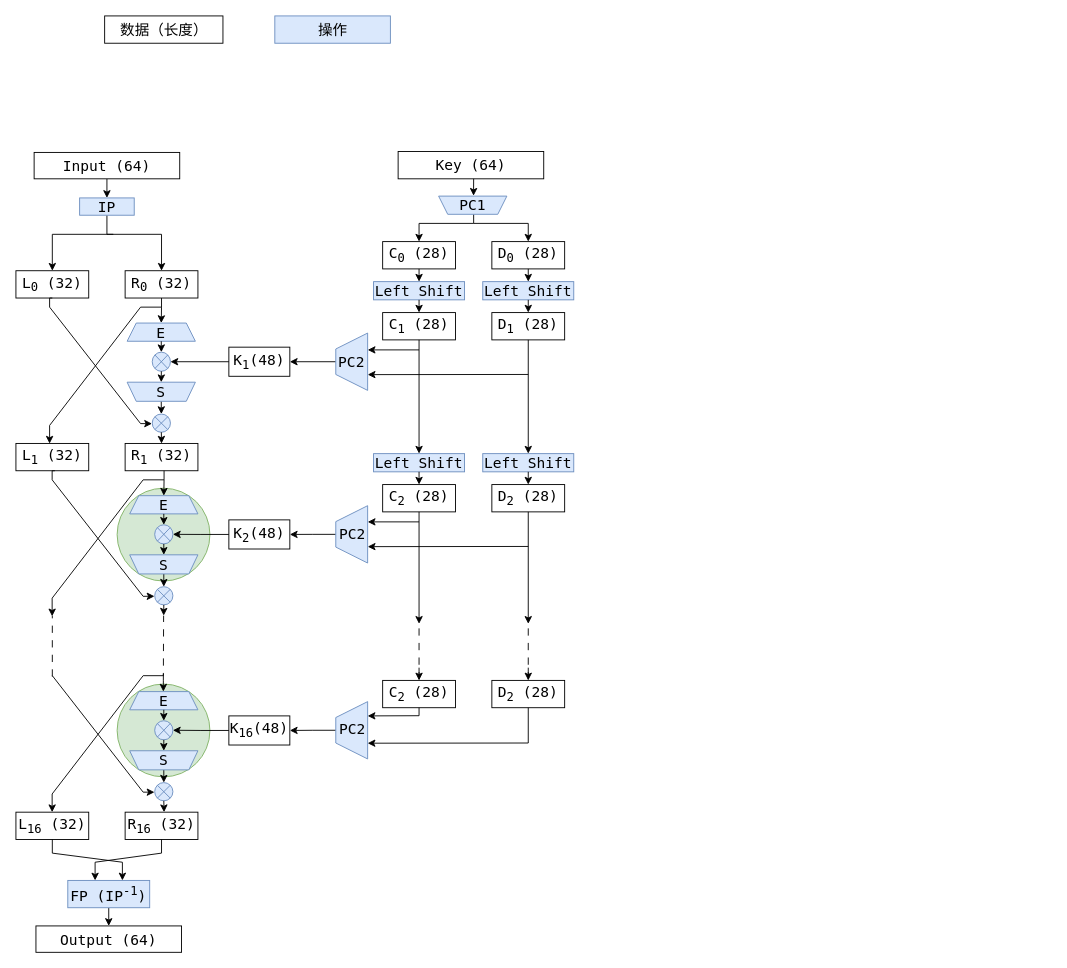
Above: DES.drawio in nnxfb/diagrams (draw.io), before the change. Source tidied: cells renumbered, new cells numbered last; positions are measured from the earlier drawing's top-left corner, leaving out a move shared by most shapes. Both pictures are drawn from the tidied source at 91%, with x=0, y=0 at pixel (15, 15).
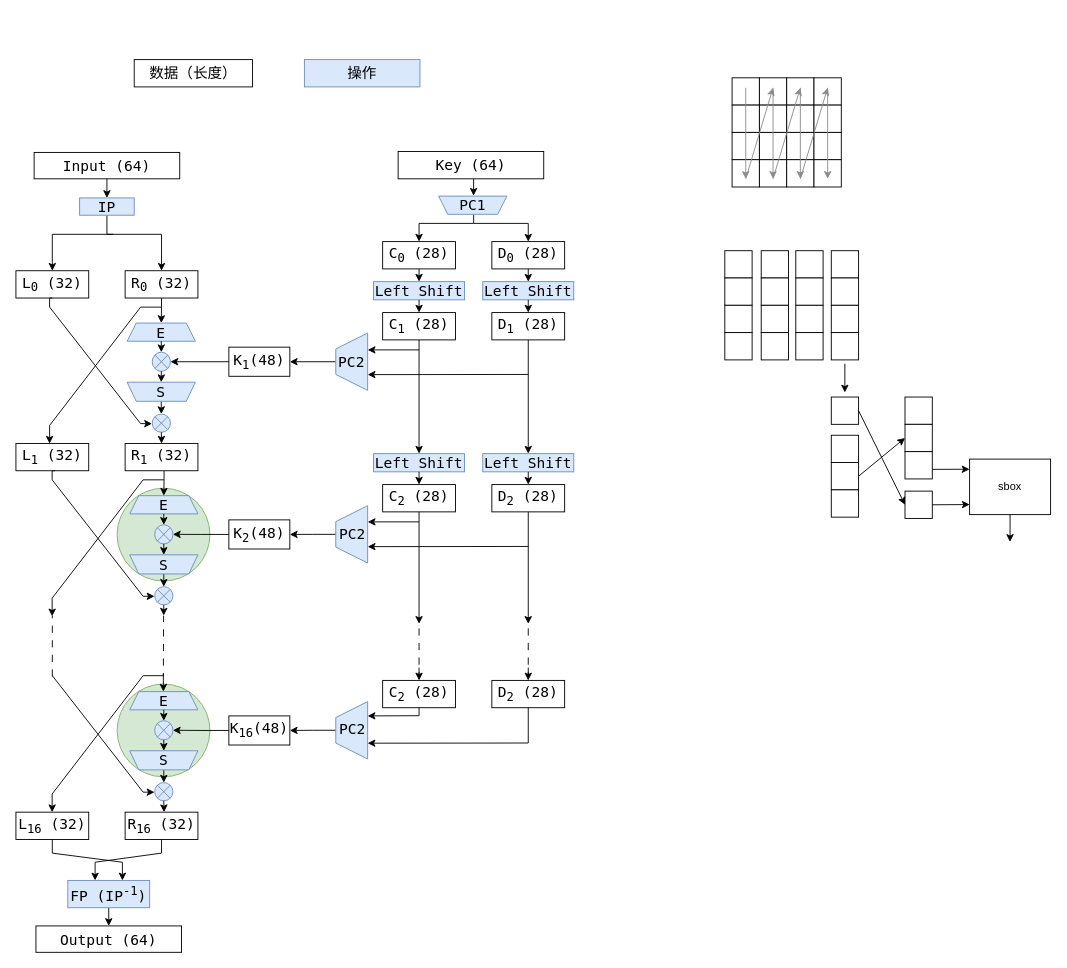
Above is the later version.

What changed in the source:
```diff
@@
     <mxCell id="102" value="&lt;span style=&quot;font-size: 16px;&quot;&gt;数据（长度）&lt;/span&gt;" style="rounded=0;whiteSpace=wrap;html=1;fontFamily=Source Code Pro, DejaVu Sans Mono, Ubuntu Mono, Anonymous Pro, Droid Sans Mono, Menlo, Monaco, Consolas, Inconsolata, Courier, monospace, PingFang SC, Microsoft YaHei, sans-serif;" parent="1" vertex="1">
-      <mxGeometry x="97.5" width="130" height="30" as="geometry" />
+      <mxGeometry x="130" y="48" width="130" height="30" as="geometry" />
     </mxCell>
     <mxCell id="103" value="&lt;font style=&quot;font-size: 16px;&quot;&gt;操作&lt;/font&gt;" style="rounded=0;whiteSpace=wrap;html=1;textShadow=0;fillColor=#dae8fc;strokeColor=#6c8ebf;fontFamily=Source Code Pro, DejaVu Sans Mono, Ubuntu Mono, Anonymous Pro, Droid Sans Mono, Menlo, Monaco, Consolas, Inconsolata, Courier, monospace, PingFang SC, Microsoft YaHei, sans-serif;" parent="1" vertex="1">
-      <mxGeometry x="284.5" width="127" height="30" as="geometry" />
+      <mxGeometry x="317" y="48" width="127" height="30" as="geometry" />
     </mxCell>
@@
+    <mxCell id="113" style="rounded=0;whiteSpace=wrap;html=1;fontFamily=Source Code Pro, DejaVu Sans Mono, Ubuntu Mono, Anonymous Pro, Droid Sans Mono, Menlo, Monaco, Consolas, Inconsolata, Courier, monospace, PingFang SC, Microsoft YaHei, sans-serif;" parent="1" vertex="1">
+      <mxGeometry x="787" y="68" width="30" height="30" as="geometry" />
+    </mxCell>
+    <mxCell id="114" style="rounded=0;whiteSpace=wrap;html=1;fontFamily=Source Code Pro, DejaVu Sans Mono, Ubuntu Mono, Anonymous Pro, Droid Sans Mono, Menlo, Monaco, Consolas, Inconsolata, Courier, monospace, PingFang SC, Microsoft YaHei, sans-serif;" parent="1" vertex="1">
+      <mxGeometry x="787" y="98" width="30" height="30" as="geometry" />
+    </mxCell>
+    <mxCell id="115" style="rounded=0;whiteSpace=wrap;html=1;fontFamily=Source Code Pro, DejaVu Sans Mono, Ubuntu Mono, Anonymous Pro, Droid Sans Mono, Menlo, Monaco, Consolas, Inconsolata, Courier, monospace, PingFang SC, Microsoft YaHei, sans-serif;" parent="1" vertex="1">
+      <mxGeometry x="787" y="128" width="30" height="30" as="geometry" />
+    </mxCell>
+    <mxCell id="116" style="rounded=0;whiteSpace=wrap;html=1;fontFamily=Source Code Pro, DejaVu Sans Mono, Ubuntu Mono, Anonymous Pro, Droid Sans Mono, Menlo, Monaco, Consolas, Inconsolata, Courier, monospace, PingFang SC, Microsoft YaHei, sans-serif;" parent="1" vertex="1">
+      <mxGeometry x="787" y="158" width="30" height="30" as="geometry" />
+    </mxCell>
+    <mxCell id="117" style="rounded=0;whiteSpace=wrap;html=1;fontFamily=Source Code Pro, DejaVu Sans Mono, Ubuntu Mono, Anonymous Pro, Droid Sans Mono, Menlo, Monaco, Consolas, Inconsolata, Courier, monospace, PingFang SC, Microsoft YaHei, sans-serif;" parent="1" vertex="1">
+      <mxGeometry x="817" y="68" width="30" height="30" as="geometry" />
+    </mxCell>
+    <mxCell id="118" style="rounded=0;whiteSpace=wrap;html=1;fontFamily=Source Code Pro, DejaVu Sans Mono, Ubuntu Mono, Anonymous Pro, Droid Sans Mono, Menlo, Monaco, Consolas, Inconsolata, Courier, monospace, PingFang SC, Microsoft YaHei, sans-serif;" parent="1" vertex="1">
+      <mxGeometry x="817" y="98" width="30" height="30" as="geometry" />
+    </mxCell>
+    <mxCell id="119" style="rounded=0;whiteSpace=wrap;html=1;fontFamily=Source Code Pro, DejaVu Sans Mono, Ubuntu Mono, Anonymous Pro, Droid Sans Mono, Menlo, Monaco, Consolas, Inconsolata, Courier, monospace, PingFang SC, Microsoft YaHei, sans-serif;" parent="1" vertex="1">
+      <mxGeometry x="817" y="128" width="30" height="30" as="geometry" />
+    </mxCell>
+    <mxCell id="120" style="rounded=0;whiteSpace=wrap;html=1;fontFamily=Source Code Pro, DejaVu Sans Mono, Ubuntu Mono, Anonymous Pro, Droid Sans Mono, Menlo, Monaco, Consolas, Inconsolata, Courier, monospace, PingFang SC, Microsoft YaHei, sans-serif;" parent="1" vertex="1">
+      <mxGeometry x="817" y="158" width="30" height="30" as="geometry" />
+    </mxCell>
+    <mxCell id="121" style="rounded=0;whiteSpace=wrap;html=1;fontFamily=Source Code Pro, DejaVu Sans Mono, Ubuntu Mono, Anonymous Pro, Droid Sans Mono, Menlo, Monaco, Consolas, Inconsolata, Courier, monospace, PingFang SC, Microsoft YaHei, sans-serif;" parent="1" vertex="1">
+      <mxGeometry x="847" y="68" width="30" height="30" as="geometry" />
+    </mxCell>
+    <mxCell id="122" style="rounded=0;whiteSpace=wrap;html=1;fontFamily=Source Code Pro, DejaVu Sans Mono, Ubuntu Mono, Anonymous Pro, Droid Sans Mono, Menlo, Monaco, Consolas, Inconsolata, Courier, monospace, PingFang SC, Microsoft YaHei, sans-serif;" parent="1" vertex="1">
+      <mxGeometry x="847" y="98" width="30" height="30" as="geometry" />
+    </mxCell>
+    <mxCell id="123" style="rounded=0;whiteSpace=wrap;html=1;fontFamily=Source Code Pro, DejaVu Sans Mono, Ubuntu Mono, Anonymous Pro, Droid Sans Mono, Menlo, Monaco, Consolas, Inconsolata, Courier, monospace, PingFang SC, Microsoft YaHei, sans-serif;" parent="1" vertex="1">
+      <mxGeometry x="847" y="128" width="30" height="30" as="geometry" />
+    </mxCell>
+    <mxCell id="124" style="rounded=0;whiteSpace=wrap;html=1;fontFamily=Source Code Pro, DejaVu Sans Mono, Ubuntu Mono, Anonymous Pro, Droid Sans Mono, Menlo, Monaco, Consolas, Inconsolata, Courier, monospace, PingFang SC, Microsoft YaHei, sans-serif;" parent="1" vertex="1">
+      <mxGeometry x="847" y="158" width="30" height="30" as="geometry" />
+    </mxCell>
+    <mxCell id="125" style="rounded=0;whiteSpace=wrap;html=1;fontFamily=Source Code Pro, DejaVu Sans Mono, Ubuntu Mono, Anonymous Pro, Droid Sans Mono, Menlo, Monaco, Consolas, Inconsolata, Courier, monospace, PingFang SC, Microsoft YaHei, sans-serif;" parent="1" vertex="1">
+      <mxGeometry x="877" y="68" width="30" height="30" as="geometry" />
+    </mxCell>
+    <mxCell id="126" style="rounded=0;whiteSpace=wrap;html=1;fontFamily=Source Code Pro, DejaVu Sans Mono, Ubuntu Mono, Anonymous Pro, Droid Sans Mono, Menlo, Monaco, Consolas, Inconsolata, Courier, monospace, PingFang SC, Microsoft YaHei, sans-serif;" parent="1" vertex="1">
+      <mxGeometry x="877" y="98" width="30" height="30" as="geometry" />
+    </mxCell>
+    <mxCell id="127" style="rounded=0;whiteSpace=wrap;html=1;fontFamily=Source Code Pro, DejaVu Sans Mono, Ubuntu Mono, Anonymous Pro, Droid Sans Mono, Menlo, Monaco, Consolas, Inconsolata, Courier, monospace, PingFang SC, Microsoft YaHei, sans-serif;" parent="1" vertex="1">
+      <mxGeometry x="877" y="128" width="30" height="30" as="geometry" />
+    </mxCell>
+    <mxCell id="128" style="rounded=0;whiteSpace=wrap;html=1;fontFamily=Source Code Pro, DejaVu Sans Mono, Ubuntu Mono, Anonymous Pro, Droid Sans Mono, Menlo, Monaco, Consolas, Inconsolata, Courier, monospace, PingFang SC, Microsoft YaHei, sans-serif;" parent="1" vertex="1">
+      <mxGeometry x="877" y="158" width="30" height="30" as="geometry" />
+    </mxCell>
+    <mxCell id="129" style="endArrow=classic;html=1;rounded=0;fillColor=#f5f5f5;strokeColor=light-dark(#8d8b8b, #959595);" parent="1" edge="1">
+      <mxGeometry relative="1" as="geometry">
+        <mxPoint x="802" y="79" as="sourcePoint" />
+        <mxPoint x="802" y="179" as="targetPoint" />
+      </mxGeometry>
+    </mxCell>
+    <mxCell id="130" style="endArrow=classic;html=1;rounded=0;fillColor=#f5f5f5;strokeColor=light-dark(#8d8b8b, #959595);" parent="1" edge="1">
+      <mxGeometry relative="1" as="geometry">
+        <mxPoint x="832" y="79" as="sourcePoint" />
+        <mxPoint x="832" y="179" as="targetPoint" />
+      </mxGeometry>
+    </mxCell>
+    <mxCell id="131" style="endArrow=classic;html=1;rounded=0;fillColor=#f5f5f5;strokeColor=light-dark(#8d8b8b, #959595);" parent="1" edge="1">
+      <mxGeometry relative="1" as="geometry">
+        <mxPoint x="802" y="179" as="sourcePoint" />
+        <mxPoint x="832" y="79" as="targetPoint" />
+      </mxGeometry>
+    </mxCell>
+    <mxCell id="132" style="endArrow=classic;html=1;rounded=0;fillColor=#f5f5f5;strokeColor=light-dark(#8d8b8b, #959595);" parent="1" edge="1">
+      <mxGeometry relative="1" as="geometry">
+        <mxPoint x="862" y="79" as="sourcePoint" />
+        <mxPoint x="862" y="179" as="targetPoint" />
+      </mxGeometry>
+    </mxCell>
+    <mxCell id="133" style="endArrow=classic;html=1;rounded=0;fillColor=#f5f5f5;strokeColor=light-dark(#8d8b8b, #959595);" parent="1" edge="1">
+      <mxGeometry relative="1" as="geometry">
+        <mxPoint x="892" y="79" as="sourcePoint" />
+        <mxPoint x="892" y="179" as="targetPoint" />
+      </mxGeometry>
+    </mxCell>
+    <mxCell id="134" style="endArrow=classic;html=1;rounded=0;fillColor=#f5f5f5;strokeColor=light-dark(#8d8b8b, #959595);" parent="1" edge="1">
+      <mxGeometry relative="1" as="geometry">
+        <mxPoint x="862" y="179" as="sourcePoint" />
+        <mxPoint x="892" y="79" as="targetPoint" />
+      </mxGeometry>
+    </mxCell>
+    <mxCell id="135" style="endArrow=classic;html=1;rounded=0;fillColor=#f5f5f5;strokeColor=light-dark(#8d8b8b, #959595);" parent="1" edge="1">
+      <mxGeometry relative="1" as="geometry">
+        <mxPoint x="832" y="179" as="sourcePoint" />
+        <mxPoint x="862" y="79" as="targetPoint" />
+      </mxGeometry>
+    </mxCell>
+    <mxCell id="136" style="rounded=0;whiteSpace=wrap;html=1;fontFamily=Source Code Pro, DejaVu Sans Mono, Ubuntu Mono, Anonymous Pro, Droid Sans Mono, Menlo, Monaco, Consolas, Inconsolata, Courier, monospace, PingFang SC, Microsoft YaHei, sans-serif;" parent="1" vertex="1">
+      <mxGeometry x="779" y="258" width="30" height="30" as="geometry" />
+    </mxCell>
+    <mxCell id="137" style="rounded=0;whiteSpace=wrap;html=1;fontFamily=Source Code Pro, DejaVu Sans Mono, Ubuntu Mono, Anonymous Pro, Droid Sans Mono, Menlo, Monaco, Consolas, Inconsolata, Courier, monospace, PingFang SC, Microsoft YaHei, sans-serif;" parent="1" vertex="1">
+      <mxGeometry x="779" y="288" width="30" height="30" as="geometry" />
+    </mxCell>
+    <mxCell id="138" style="rounded=0;whiteSpace=wrap;html=1;fontFamily=Source Code Pro, DejaVu Sans Mono, Ubuntu Mono, Anonymous Pro, Droid Sans Mono, Menlo, Monaco, Consolas, Inconsolata, Courier, monospace, PingFang SC, Microsoft YaHei, sans-serif;" parent="1" vertex="1">
+      <mxGeometry x="779" y="318" width="30" height="30" as="geometry" />
+    </mxCell>
+    <mxCell id="139" style="rounded=0;whiteSpace=wrap;html=1;fontFamily=Source Code Pro, DejaVu Sans Mono, Ubuntu Mono, Anonymous Pro, Droid Sans Mono, Menlo, Monaco, Consolas, Inconsolata, Courier, monospace, PingFang SC, Microsoft YaHei, sans-serif;" parent="1" vertex="1">
+      <mxGeometry x="779" y="348" width="30" height="30" as="geometry" />
+    </mxCell>
+    <mxCell id="140" style="rounded=0;whiteSpace=wrap;html=1;fontFamily=Source Code Pro, DejaVu Sans Mono, Ubuntu Mono, Anonymous Pro, Droid Sans Mono, Menlo, Monaco, Consolas, Inconsolata, Courier, monospace, PingFang SC, Microsoft YaHei, sans-serif;" parent="1" vertex="1">
+      <mxGeometry x="819" y="258" width="30" height="30" as="geometry" />
+    </mxCell>
+    <mxCell id="141" style="rounded=0;whiteSpace=wrap;html=1;fontFamily=Source Code Pro, DejaVu Sans Mono, Ubuntu Mono, Anonymous Pro, Droid Sans Mono, Menlo, Monaco, Consolas, Inconsolata, Courier, monospace, PingFang SC, Microsoft YaHei, sans-serif;" parent="1" vertex="1">
+      <mxGeometry x="819" y="288" width="30" height="30" as="geometry" />
+    </mxCell>
+    <mxCell id="142" style="rounded=0;whiteSpace=wrap;html=1;fontFamily=Source Code Pro, DejaVu Sans Mono, Ubuntu Mono, Anonymous Pro, Droid Sans Mono, Menlo, Monaco, Consolas, Inconsolata, Courier, monospace, PingFang SC, Microsoft YaHei, sans-serif;" parent="1" vertex="1">
+      <mxGeometry x="819" y="318" width="30" height="30" as="geometry" />
+    </mxCell>
+    <mxCell id="143" style="rounded=0;whiteSpace=wrap;html=1;fontFamily=Source Code Pro, DejaVu Sans Mono, Ubuntu Mono, Anonymous Pro, Droid Sans Mono, Menlo, Monaco, Consolas, Inconsolata, Courier, monospace, PingFang SC, Microsoft YaHei, sans-serif;" parent="1" vertex="1">
+      <mxGeometry x="819" y="348" width="30" height="30" as="geometry" />
+    </mxCell>
+    <mxCell id="144" style="rounded=0;whiteSpace=wrap;html=1;fontFamily=Source Code Pro, DejaVu Sans Mono, Ubuntu Mono, Anonymous Pro, Droid Sans Mono, Menlo, Monaco, Consolas, Inconsolata, Courier, monospace, PingFang SC, Microsoft YaHei, sans-serif;" parent="1" vertex="1">
+      <mxGeometry x="857" y="258" width="30" height="30" as="geometry" />
+    </mxCell>
+    <mxCell id="145" style="rounded=0;whiteSpace=wrap;html=1;fontFamily=Source Code Pro, DejaVu Sans Mono, Ubuntu Mono, Anonymous Pro, Droid Sans Mono, Menlo, Monaco, Consolas, Inconsolata, Courier, monospace, PingFang SC, Microsoft YaHei, sans-serif;" parent="1" vertex="1">
+      <mxGeometry x="857" y="288" width="30" height="30" as="geometry" />
+    </mxCell>
+    <mxCell id="146" style="rounded=0;whiteSpace=wrap;html=1;fontFamily=Source Code Pro, DejaVu Sans Mono, Ubuntu Mono, Anonymous Pro, Droid Sans Mono, Menlo, Monaco, Consolas, Inconsolata, Courier, monospace, PingFang SC, Microsoft YaHei, sans-serif;" parent="1" vertex="1">
+      <mxGeometry x="857" y="318" width="30" height="30" as="geometry" />
+    </mxCell>
+    <mxCell id="147" style="rounded=0;whiteSpace=wrap;html=1;fontFamily=Source Code Pro, DejaVu Sans Mono, Ubuntu Mono, Anonymous Pro, Droid Sans Mono, Menlo, Monaco, Consolas, Inconsolata, Courier, monospace, PingFang SC, Microsoft YaHei, sans-serif;" parent="1" vertex="1">
+      <mxGeometry x="857" y="348" width="30" height="30" as="geometry" />
+    </mxCell>
+    <mxCell id="148" style="rounded=0;whiteSpace=wrap;html=1;fontFamily=Source Code Pro, DejaVu Sans Mono, Ubuntu Mono, Anonymous Pro, Droid Sans Mono, Menlo, Monaco, Consolas, Inconsolata, Courier, monospace, PingFang SC, Microsoft YaHei, sans-serif;" parent="1" vertex="1">
+      <mxGeometry x="896" y="258" width="30" height="30" as="geometry" />
+    </mxCell>
+    <mxCell id="149" style="rounded=0;whiteSpace=wrap;html=1;fontFamily=Source Code Pro, DejaVu Sans Mono, Ubuntu Mono, Anonymous Pro, Droid Sans Mono, Menlo, Monaco, Consolas, Inconsolata, Courier, monospace, PingFang SC, Microsoft YaHei, sans-serif;" parent="1" vertex="1">
+      <mxGeometry x="896" y="288" width="30" height="30" as="geometry" />
+    </mxCell>
+    <mxCell id="150" style="rounded=0;whiteSpace=wrap;html=1;fontFamily=Source Code Pro, DejaVu Sans Mono, Ubuntu Mono, Anonymous Pro, Droid Sans Mono, Menlo, Monaco, Consolas, Inconsolata, Courier, monospace, PingFang SC, Microsoft YaHei, sans-serif;" parent="1" vertex="1">
+      <mxGeometry x="896" y="318" width="30" height="30" as="geometry" />
+    </mxCell>
+    <mxCell id="151" style="rounded=0;whiteSpace=wrap;html=1;fontFamily=Source Code Pro, DejaVu Sans Mono, Ubuntu Mono, Anonymous Pro, Droid Sans Mono, Menlo, Monaco, Consolas, Inconsolata, Courier, monospace, PingFang SC, Microsoft YaHei, sans-serif;" parent="1" vertex="1">
+      <mxGeometry x="896" y="348" width="30" height="30" as="geometry" />
+    </mxCell>
+    <mxCell id="152" style="rounded=0;whiteSpace=wrap;html=1;fontFamily=Source Code Pro, DejaVu Sans Mono, Ubuntu Mono, Anonymous Pro, Droid Sans Mono, Menlo, Monaco, Consolas, Inconsolata, Courier, monospace, PingFang SC, Microsoft YaHei, sans-serif;" parent="1" vertex="1">
+      <mxGeometry x="896" y="418.8" width="30" height="30" as="geometry" />
+    </mxCell>
+    <mxCell id="153" style="rounded=0;whiteSpace=wrap;html=1;fontFamily=Source Code Pro, DejaVu Sans Mono, Ubuntu Mono, Anonymous Pro, Droid Sans Mono, Menlo, Monaco, Consolas, Inconsolata, Courier, monospace, PingFang SC, Microsoft YaHei, sans-serif;" parent="1" vertex="1">
+      <mxGeometry x="896" y="460.8" width="30" height="30" as="geometry" />
+    </mxCell>
+    <mxCell id="154" style="rounded=0;whiteSpace=wrap;html=1;fontFamily=Source Code Pro, DejaVu Sans Mono, Ubuntu Mono, Anonymous Pro, Droid Sans Mono, Menlo, Monaco, Consolas, Inconsolata, Courier, monospace, PingFang SC, Microsoft YaHei, sans-serif;" parent="1" vertex="1">
+      <mxGeometry x="896" y="490.8" width="30" height="30" as="geometry" />
+    </mxCell>
+    <mxCell id="155" style="rounded=0;whiteSpace=wrap;html=1;fontFamily=Source Code Pro, DejaVu Sans Mono, Ubuntu Mono, Anonymous Pro, Droid Sans Mono, Menlo, Monaco, Consolas, Inconsolata, Courier, monospace, PingFang SC, Microsoft YaHei, sans-serif;" parent="1" vertex="1">
+      <mxGeometry x="896" y="520.8" width="30" height="30" as="geometry" />
+    </mxCell>
+    <mxCell id="156" style="endArrow=classic;html=1;rounded=0;" parent="1" edge="1">
+      <mxGeometry relative="1" as="geometry">
+        <mxPoint x="910.9" y="382.2" as="sourcePoint" />
+        <mxPoint x="910.9" y="413.8" as="targetPoint" />
+      </mxGeometry>
+    </mxCell>
+    <mxCell id="157" style="rounded=0;whiteSpace=wrap;html=1;fontFamily=Source Code Pro, DejaVu Sans Mono, Ubuntu Mono, Anonymous Pro, Droid Sans Mono, Menlo, Monaco, Consolas, Inconsolata, Courier, monospace, PingFang SC, Microsoft YaHei, sans-serif;" parent="1" vertex="1">
+      <mxGeometry x="977" y="418.8" width="30" height="30" as="geometry" />
+    </mxCell>
+    <mxCell id="158" style="rounded=0;whiteSpace=wrap;html=1;fontFamily=Source Code Pro, DejaVu Sans Mono, Ubuntu Mono, Anonymous Pro, Droid Sans Mono, Menlo, Monaco, Consolas, Inconsolata, Courier, monospace, PingFang SC, Microsoft YaHei, sans-serif;" parent="1" vertex="1">
+      <mxGeometry x="977" y="448.8" width="30" height="30" as="geometry" />
+    </mxCell>
+    <mxCell id="159" style="rounded=0;whiteSpace=wrap;html=1;fontFamily=Source Code Pro, DejaVu Sans Mono, Ubuntu Mono, Anonymous Pro, Droid Sans Mono, Menlo, Monaco, Consolas, Inconsolata, Courier, monospace, PingFang SC, Microsoft YaHei, sans-serif;" parent="1" vertex="1">
+      <mxGeometry x="977" y="478.8" width="30" height="30" as="geometry" />
+    </mxCell>
+    <mxCell id="160" style="rounded=0;whiteSpace=wrap;html=1;fontFamily=Source Code Pro, DejaVu Sans Mono, Ubuntu Mono, Anonymous Pro, Droid Sans Mono, Menlo, Monaco, Consolas, Inconsolata, Courier, monospace, PingFang SC, Microsoft YaHei, sans-serif;" parent="1" vertex="1">
+      <mxGeometry x="977" y="522.2" width="30" height="30" as="geometry" />
+    </mxCell>
+    <mxCell id="161" style="endArrow=classic;html=1;rounded=0;exitX=1;exitY=0.5;exitDx=0;exitDy=0;entryX=0;entryY=0.5;entryDx=0;entryDy=0;" parent="1" edge="1" source="152" target="160">
+      <mxGeometry relative="1" as="geometry" />
+    </mxCell>
+    <mxCell id="162" style="endArrow=classic;html=1;rounded=0;exitX=1;exitY=0.5;exitDx=0;exitDy=0;entryX=0;entryY=0.5;entryDx=0;entryDy=0;" parent="1" edge="1" source="154" target="158">
+      <mxGeometry relative="1" as="geometry" />
+    </mxCell>
+    <mxCell id="163" style="endArrow=classic;html=1;rounded=0;exitX=1.001;exitY=0.649;exitDx=0;exitDy=0;exitPerimeter=0;entryX=-0.001;entryY=0.183;entryDx=0;entryDy=0;entryPerimeter=0;" parent="1" edge="1" source="159" target="166">
+      <mxGeometry relative="1" as="geometry" />
+    </mxCell>
+    <mxCell id="164" style="endArrow=classic;html=1;rounded=0;exitX=1;exitY=0.5;exitDx=0;exitDy=0;entryX=0.001;entryY=0.819;entryDx=0;entryDy=0;entryPerimeter=0;" parent="1" edge="1" source="160" target="166">
+      <mxGeometry relative="1" as="geometry" />
+    </mxCell>
+    <mxCell id="165" style="edgeStyle=orthogonalEdgeStyle;rounded=0;jettySize=auto;html=1;exitX=0.5;exitY=1;exitDx=0;exitDy=0;" parent="1" edge="1" source="166">
+      <mxGeometry relative="1" as="geometry">
+        <mxPoint x="1092.4" y="578" as="targetPoint" />
+      </mxGeometry>
+    </mxCell>
+    <mxCell id="166" value="sbox" style="rounded=0;whiteSpace=wrap;html=1;" parent="1" vertex="1">
+      <mxGeometry x="1048" y="487" width="89" height="61" as="geometry" />
+    </mxCell>
```
